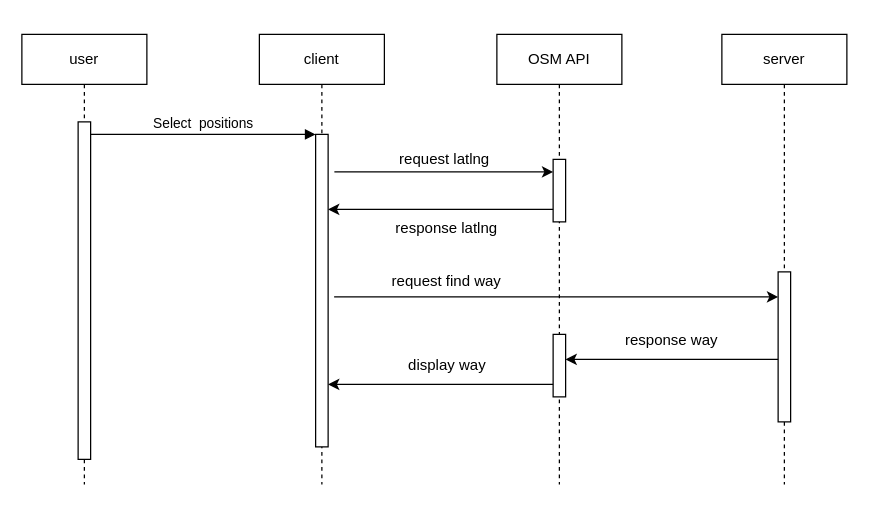
The draw.io diagram Biểu đồ không có tiêu đề.drawio in ductaingn/Best-route, before the edit. Source tidied: cells renumbered, new cells numbered last; positions are measured from the earlier drawing's top-left corner, leaving out a move shared by most shapes. Both pictures are drawn from the tidied source at 125%, with x=0, y=0 at pixel (21, 34).
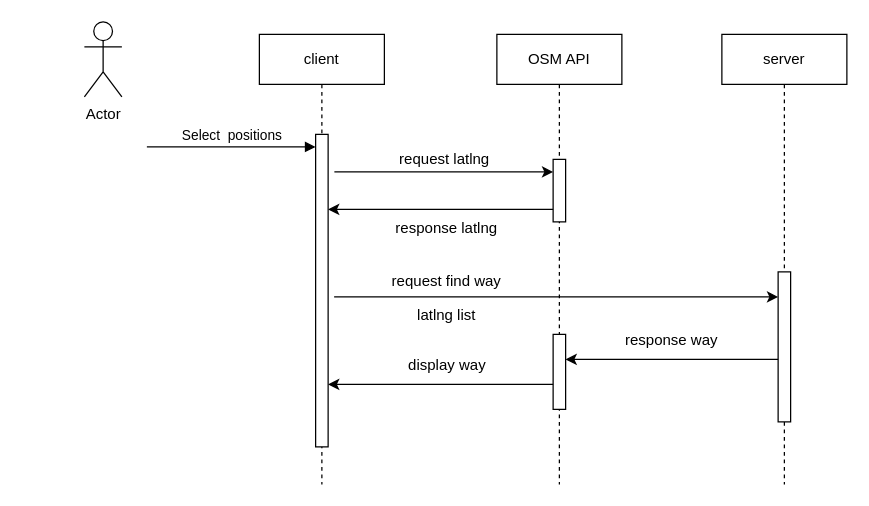
Above is the later version.

Commit message (it also covers changes not shown here):
bieu do tuan tu

The change refers to these unchanged cells:
```xml
<mxCell id="5" style="html=1;points=[];perimeter=orthogonalPerimeter;outlineConnect=0;targetShapes=umlLifeline;portConstraint=eastwest;newEdgeStyle={&quot;edgeStyle&quot;:&quot;elbowEdgeStyle&quot;,&quot;elbow&quot;:&quot;vertical&quot;,&quot;curved&quot;:0,&quot;rounded&quot;:0};" parent="4" vertex="1">
  <mxGeometry x="45" y="80" width="10" height="250" as="geometry" />
</mxCell>
<mxCell id="7" value="OSM API" style="shape=umlLifeline;perimeter=lifelinePerimeter;whiteSpace=wrap;html=1;newEdgeStyle={&quot;edgeStyle&quot;:&quot;elbowEdgeStyle&quot;,&quot;elbow&quot;:&quot;vertical&quot;,&quot;curved&quot;:0,&quot;rounded&quot;:0};" parent="1" vertex="1">
  <mxGeometry x="380" width="100" height="360" as="geometry" />
</mxCell>
```

Change to the diagram source:
```diff
@@
-    <mxCell id="2" value="user" style="shape=umlLifeline;perimeter=lifelinePerimeter;whiteSpace=wrap;html=1;newEdgeStyle={&quot;edgeStyle&quot;:&quot;elbowEdgeStyle&quot;,&quot;elbow&quot;:&quot;vertical&quot;,&quot;curved&quot;:0,&quot;rounded&quot;:0};" parent="1" vertex="1">
-      <mxGeometry width="100" height="360" as="geometry" />
-    </mxCell>
-    <mxCell id="3" style="html=1;points=[];perimeter=orthogonalPerimeter;outlineConnect=0;targetShapes=umlLifeline;portConstraint=eastwest;newEdgeStyle={&quot;edgeStyle&quot;:&quot;elbowEdgeStyle&quot;,&quot;elbow&quot;:&quot;vertical&quot;,&quot;curved&quot;:0,&quot;rounded&quot;:0};" parent="2" vertex="1">
-      <mxGeometry x="45" y="70" width="10" height="270" as="geometry" />
-    </mxCell>
@@
-    <mxCell id="6" value="Select&amp;nbsp; positions" style="html=1;verticalAlign=bottom;endArrow=block;edgeStyle=elbowEdgeStyle;elbow=vertical;curved=0;rounded=0;" parent="1" edge="1" source="3" target="5">
+    <mxCell id="6" value="Select&amp;nbsp; positions" style="html=1;verticalAlign=bottom;endArrow=block;edgeStyle=elbowEdgeStyle;elbow=vertical;curved=0;rounded=0;" parent="1" edge="1">
       <mxGeometry relative="1" as="geometry">
+        <mxPoint x="100" y="90" as="sourcePoint" />
+        <mxPoint x="235" y="90" as="targetPoint" />
         <Array as="points">
-          <mxPoint x="120" y="80" />
+          <mxPoint x="120" y="90" />
         </Array>
       </mxGeometry>
     </mxCell>
@@
     <mxCell id="9" style="html=1;perimeter=orthogonalPerimeter;targetShapes=umlLifeline;newEdgeStyle={&quot;edgeStyle&quot;:&quot;elbowEdgeStyle&quot;,&quot;elbow&quot;:&quot;vertical&quot;,&quot;curved&quot;:0,&quot;rounded&quot;:0};" parent="7" vertex="1">
-      <mxGeometry x="45" y="240" width="10" height="50" as="geometry" />
+      <mxGeometry x="45" y="240" width="10" height="60" as="geometry" />
     </mxCell>
@@
+    <mxCell id="22" value="latlng list" style="text;html=1;strokeColor=none;fillColor=none;align=center;verticalAlign=middle;whiteSpace=wrap;rounded=0;" parent="1" vertex="1">
+      <mxGeometry x="285" y="210" width="110" height="30" as="geometry" />
+    </mxCell>
+    <mxCell id="23" value="Actor" style="shape=umlActor;verticalLabelPosition=bottom;verticalAlign=top;html=1;" parent="1" vertex="1">
+      <mxGeometry x="50" y="-10" width="30" height="60" as="geometry" />
+    </mxCell>
```
